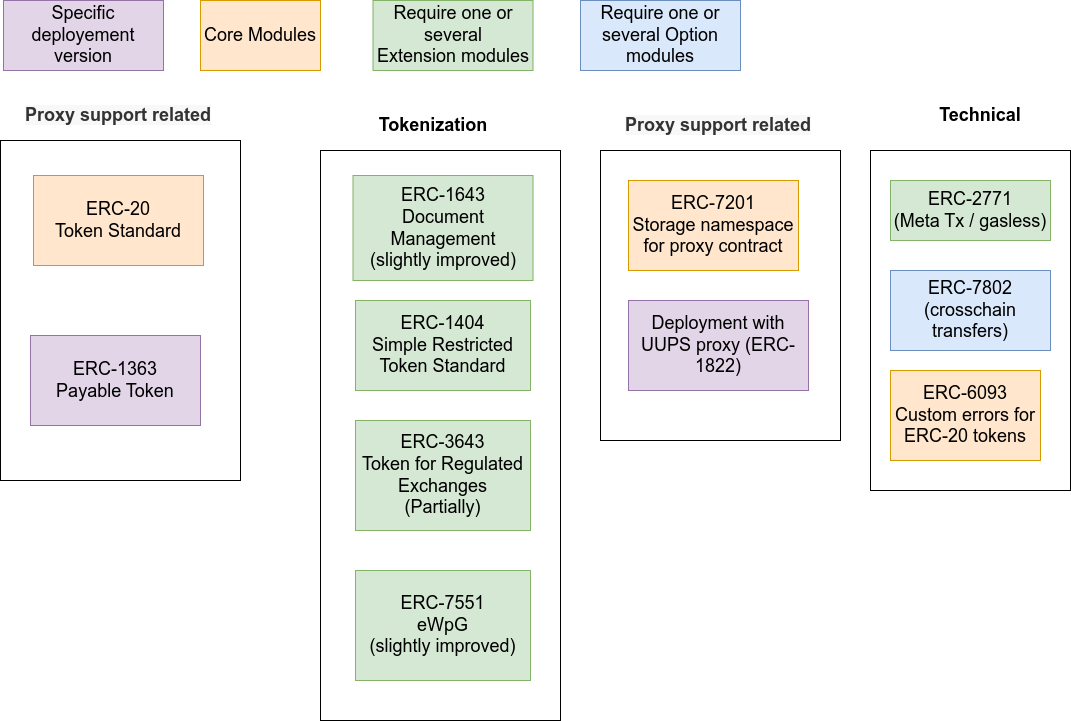
The draw.io diagram doc/schema/drawio/architecture-ERC.drawio.png in CMTA/CMTAT, before a commit. Source tidied: cells renumbered, new cells last; positions are measured from the earlier drawing's top-left corner, leaving out a move shared by most shapes. Its diagram source:
```xml
<mxGraphModel>
  <root>
    <mxCell id="0" />
    <mxCell id="1" parent="0" />
    <mxCell id="2" style="rounded=0;whiteSpace=wrap;html=1;fontSize=18;" parent="1" vertex="1">
      <mxGeometry x="320" y="150" width="240" height="570" as="geometry" />
    </mxCell>
    <mxCell id="3" value="Tokenization" style="text;html=1;strokeColor=none;fillColor=none;align=center;verticalAlign=middle;whiteSpace=wrap;rounded=0;fontStyle=1;fontSize=18;" parent="1" vertex="1">
      <mxGeometry x="332.5" y="110" width="200" height="30" as="geometry" />
    </mxCell>
    <mxCell id="4" style="rounded=0;whiteSpace=wrap;html=1;fontSize=18;" parent="1" vertex="1">
      <mxGeometry x="600" y="150" width="240" height="290" as="geometry" />
    </mxCell>
    <mxCell id="5" value="&lt;strong style=&quot;box-sizing: border-box; color: rgb(51, 51, 51); font-family: &amp;quot;Open Sans&amp;quot;, &amp;quot;Clear Sans&amp;quot;, &amp;quot;Helvetica Neue&amp;quot;, Helvetica, Arial, &amp;quot;Segoe UI Emoji&amp;quot;, sans-serif; font-size: 18px; text-align: left; background-color: rgb(248, 248, 248);&quot;&gt;&lt;span style=&quot;box-sizing: border-box; font-size: 18px;&quot; class=&quot;md-plain&quot;&gt;Proxy support related&lt;/span&gt;&lt;/strong&gt;" style="text;html=1;strokeColor=none;fillColor=none;align=center;verticalAlign=middle;whiteSpace=wrap;rounded=0;fontSize=18;" parent="1" vertex="1">
      <mxGeometry x="603" y="110" width="230" height="30" as="geometry" />
    </mxCell>
    <mxCell id="6" value="ERC-1643&lt;br style=&quot;font-size: 18px;&quot;&gt;Document Management&lt;br style=&quot;font-size: 18px;&quot;&gt;(slightly improved)" style="rounded=0;whiteSpace=wrap;html=1;fontSize=18;fillColor=#d5e8d4;strokeColor=#82b366;" parent="1" vertex="1">
      <mxGeometry x="352.5" y="175" width="180" height="105" as="geometry" />
    </mxCell>
    <mxCell id="7" value="ERC-7201&lt;br&gt;Storage namespace for proxy contract" style="rounded=0;whiteSpace=wrap;html=1;fontSize=18;fillColor=#ffe6cc;strokeColor=#d79b00;" parent="1" vertex="1">
      <mxGeometry x="628" y="180" width="170" height="90" as="geometry" />
    </mxCell>
    <mxCell id="8" style="rounded=0;whiteSpace=wrap;html=1;fontSize=18;" parent="1" vertex="1">
      <mxGeometry x="870" y="150" width="200" height="340" as="geometry" />
    </mxCell>
    <mxCell id="9" value="Technical" style="text;html=1;strokeColor=none;fillColor=none;align=center;verticalAlign=middle;whiteSpace=wrap;rounded=0;fontSize=18;fontStyle=1;" parent="1" vertex="1">
      <mxGeometry x="950" y="100" width="60" height="30" as="geometry" />
    </mxCell>
    <mxCell id="10" value="ERC-2771&lt;br style=&quot;font-size: 18px;&quot;&gt;(Meta Tx / gasless)&lt;br style=&quot;font-size: 18px;&quot;&gt;" style="rounded=0;whiteSpace=wrap;html=1;fontSize=18;fillColor=#d5e8d4;strokeColor=#82b366;" parent="1" vertex="1">
      <mxGeometry x="890" y="180" width="160" height="60" as="geometry" />
    </mxCell>
    <mxCell id="11" value="ERC-6093&lt;br style=&quot;font-size: 18px;&quot;&gt;Custom errors for ERC-20 tokens" style="rounded=0;whiteSpace=wrap;html=1;fontSize=18;fillColor=#ffe6cc;strokeColor=#d79b00;" parent="1" vertex="1">
      <mxGeometry x="890" y="370" width="150" height="90" as="geometry" />
    </mxCell>
    <mxCell id="12" value="ERC-7802&lt;br style=&quot;font-size: 18px;&quot;&gt;(crosschain transfers)" style="rounded=0;whiteSpace=wrap;html=1;fontSize=18;fillColor=#dae8fc;strokeColor=#6c8ebf;" parent="1" vertex="1">
      <mxGeometry x="890" y="270" width="160" height="80" as="geometry" />
    </mxCell>
    <mxCell id="13" value="Deployment with UUPS proxy (ERC-1822)" style="rounded=0;whiteSpace=wrap;html=1;fontSize=18;fillColor=#e1d5e7;strokeColor=#9673a6;" parent="1" vertex="1">
      <mxGeometry x="628" y="300" width="180" height="90" as="geometry" />
    </mxCell>
    <mxCell id="14" value="ERC-1404&lt;br&gt;Simple Restricted Token Standard" style="rounded=0;whiteSpace=wrap;html=1;fontSize=18;fillColor=#d5e8d4;strokeColor=#82b366;" parent="1" vertex="1">
      <mxGeometry x="355" y="300" width="175" height="90" as="geometry" />
    </mxCell>
    <mxCell id="15" value="ERC-3643&lt;br&gt;Token for Regulated Exchanges&lt;br&gt;(Partially)" style="rounded=0;whiteSpace=wrap;html=1;fontSize=18;fillColor=#d5e8d4;strokeColor=#82b366;" parent="1" vertex="1">
      <mxGeometry x="355" y="420" width="175" height="110" as="geometry" />
    </mxCell>
    <mxCell id="16" value="ERC-7551&lt;br&gt;eWpG&lt;br&gt;(slightly improved)" style="rounded=0;whiteSpace=wrap;html=1;fontSize=18;fillColor=#d5e8d4;strokeColor=#82b366;" parent="1" vertex="1">
      <mxGeometry x="355" y="570" width="175" height="110" as="geometry" />
    </mxCell>
    <mxCell id="17" style="rounded=0;whiteSpace=wrap;html=1;fontSize=18;" parent="1" vertex="1">
      <mxGeometry y="140" width="240" height="340" as="geometry" />
    </mxCell>
    <mxCell id="18" value="&lt;strong style=&quot;box-sizing: border-box; color: rgb(51, 51, 51); font-family: &amp;quot;Open Sans&amp;quot;, &amp;quot;Clear Sans&amp;quot;, &amp;quot;Helvetica Neue&amp;quot;, Helvetica, Arial, &amp;quot;Segoe UI Emoji&amp;quot;, sans-serif; font-size: 18px; text-align: left; background-color: rgb(248, 248, 248);&quot;&gt;&lt;span style=&quot;box-sizing: border-box; font-size: 18px;&quot; class=&quot;md-plain&quot;&gt;Proxy support related&lt;/span&gt;&lt;/strong&gt;" style="text;html=1;strokeColor=none;fillColor=none;align=center;verticalAlign=middle;whiteSpace=wrap;rounded=0;fontSize=18;" parent="1" vertex="1">
      <mxGeometry x="3" y="100" width="230" height="30" as="geometry" />
    </mxCell>
    <mxCell id="19" value="ERC-20&lt;br&gt;Token Standard" style="rounded=0;whiteSpace=wrap;html=1;fontSize=18;fillColor=#ffe6cc;strokeColor=#d79b00;" parent="1" vertex="1">
      <mxGeometry x="33" y="175" width="170" height="90" as="geometry" />
    </mxCell>
    <mxCell id="20" value="ERC-1363&lt;br&gt;Payable Token" style="rounded=0;whiteSpace=wrap;html=1;fontSize=18;fillColor=#e1d5e7;strokeColor=#9673a6;" parent="1" vertex="1">
      <mxGeometry x="30" y="335" width="170" height="90" as="geometry" />
    </mxCell>
    <mxCell id="21" value="Core Modules" style="rounded=0;whiteSpace=wrap;html=1;fontSize=18;fillColor=#ffe6cc;strokeColor=#d79b00;" parent="1" vertex="1">
      <mxGeometry x="200" width="120" height="70" as="geometry" />
    </mxCell>
    <mxCell id="22" value="Specific deployement version" style="rounded=0;whiteSpace=wrap;html=1;fontSize=18;fillColor=#e1d5e7;strokeColor=#9673a6;" parent="1" vertex="1">
      <mxGeometry x="3" width="160" height="70" as="geometry" />
    </mxCell>
    <mxCell id="23" value="Require one or several&lt;br&gt;Extension modules" style="rounded=0;whiteSpace=wrap;html=1;fontSize=18;fillColor=#d5e8d4;strokeColor=#82b366;" parent="1" vertex="1">
      <mxGeometry x="372.5" width="160" height="70" as="geometry" />
    </mxCell>
    <mxCell id="24" value="Require one or several Option modules" style="rounded=0;whiteSpace=wrap;html=1;fontSize=18;fillColor=#dae8fc;strokeColor=#6c8ebf;" parent="1" vertex="1">
      <mxGeometry x="580" width="160" height="70" as="geometry" />
    </mxCell>
  </root>
</mxGraphModel>
```
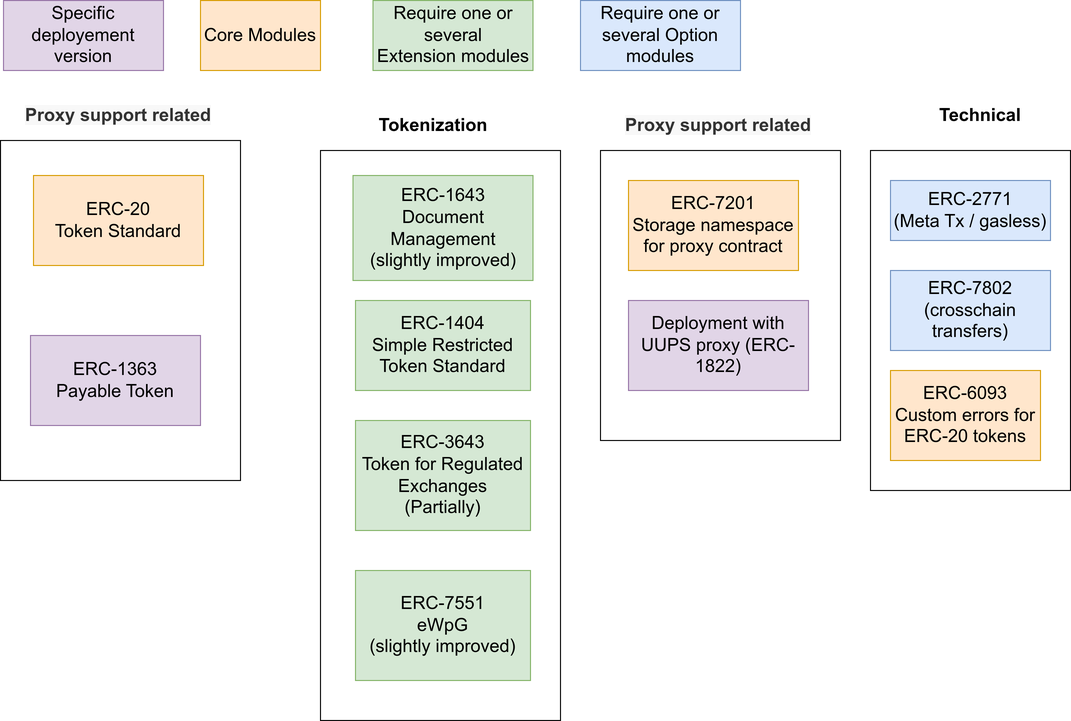
After the commit.

What changed in the source:
```diff
@@ -26,7 +26,7 @@
     <mxCell id="9" value="Technical" style="text;html=1;strokeColor=none;fillColor=none;align=center;verticalAlign=middle;whiteSpace=wrap;rounded=0;fontSize=18;fontStyle=1;" parent="1" vertex="1">
       <mxGeometry x="950" y="100" width="60" height="30" as="geometry" />
     </mxCell>
-    <mxCell id="10" value="ERC-2771&lt;br style=&quot;font-size: 18px;&quot;&gt;(Meta Tx / gasless)&lt;br style=&quot;font-size: 18px;&quot;&gt;" style="rounded=0;whiteSpace=wrap;html=1;fontSize=18;fillColor=#d5e8d4;strokeColor=#82b366;" parent="1" vertex="1">
+    <mxCell id="10" value="ERC-2771&lt;br style=&quot;font-size: 18px;&quot;&gt;(Meta Tx / gasless)&lt;br style=&quot;font-size: 18px;&quot;&gt;" style="rounded=0;whiteSpace=wrap;html=1;fontSize=18;fillColor=#dae8fc;strokeColor=#6c8ebf;" parent="1" vertex="1">
       <mxGeometry x="890" y="180" width="160" height="60" as="geometry" />
     </mxCell>
     <mxCell id="11" value="ERC-6093&lt;br style=&quot;font-size: 18px;&quot;&gt;Custom errors for ERC-20 tokens" style="rounded=0;whiteSpace=wrap;html=1;fontSize=18;fillColor=#ffe6cc;strokeColor=#d79b00;" parent="1" vertex="1">
```
